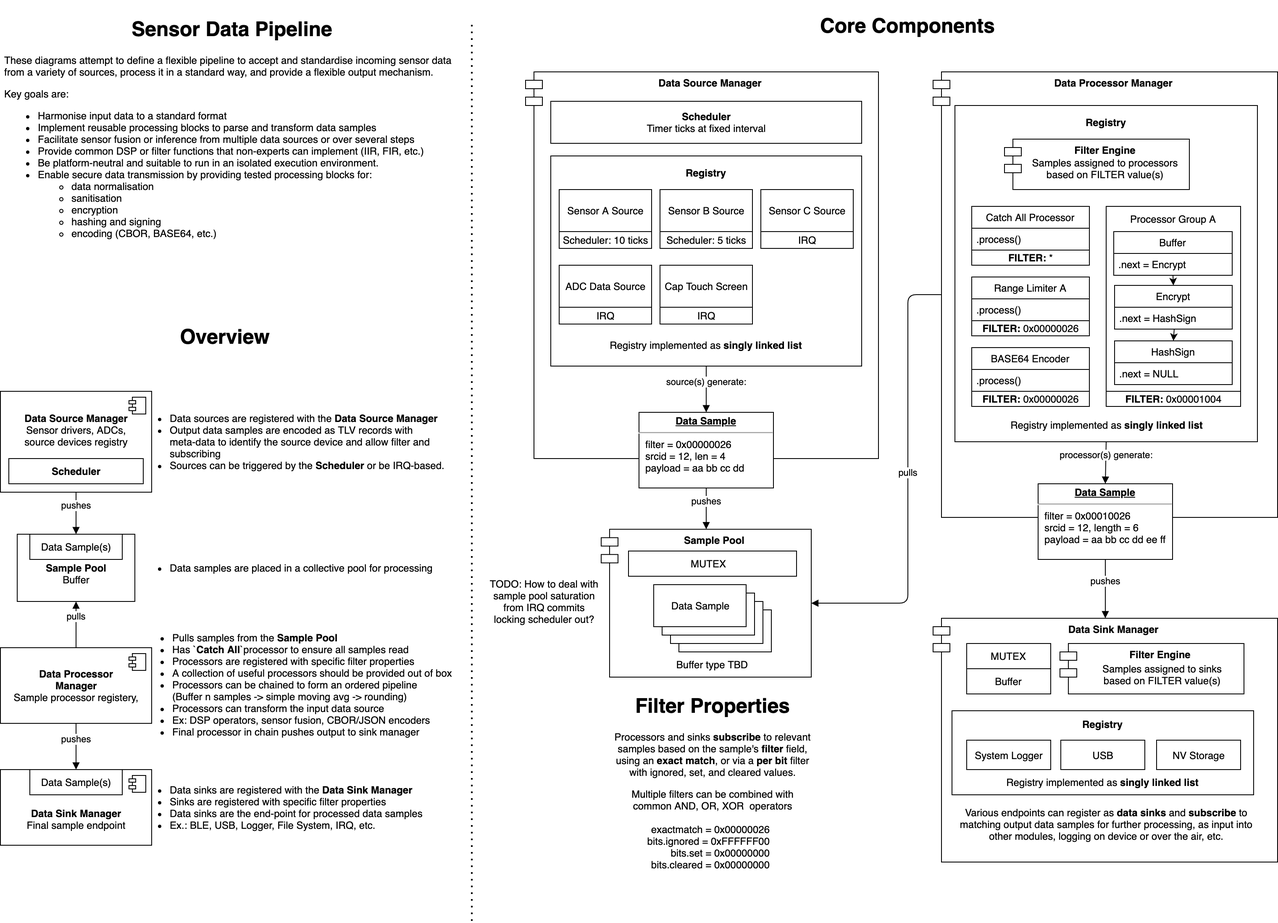
The draw.io diagram doc/SensorDataPipeline.png in Linaro/step, before a commit. Source tidied: cells renumbered, new cells last; positions are measured from the earlier drawing's top-left corner, leaving out a move shared by most shapes.
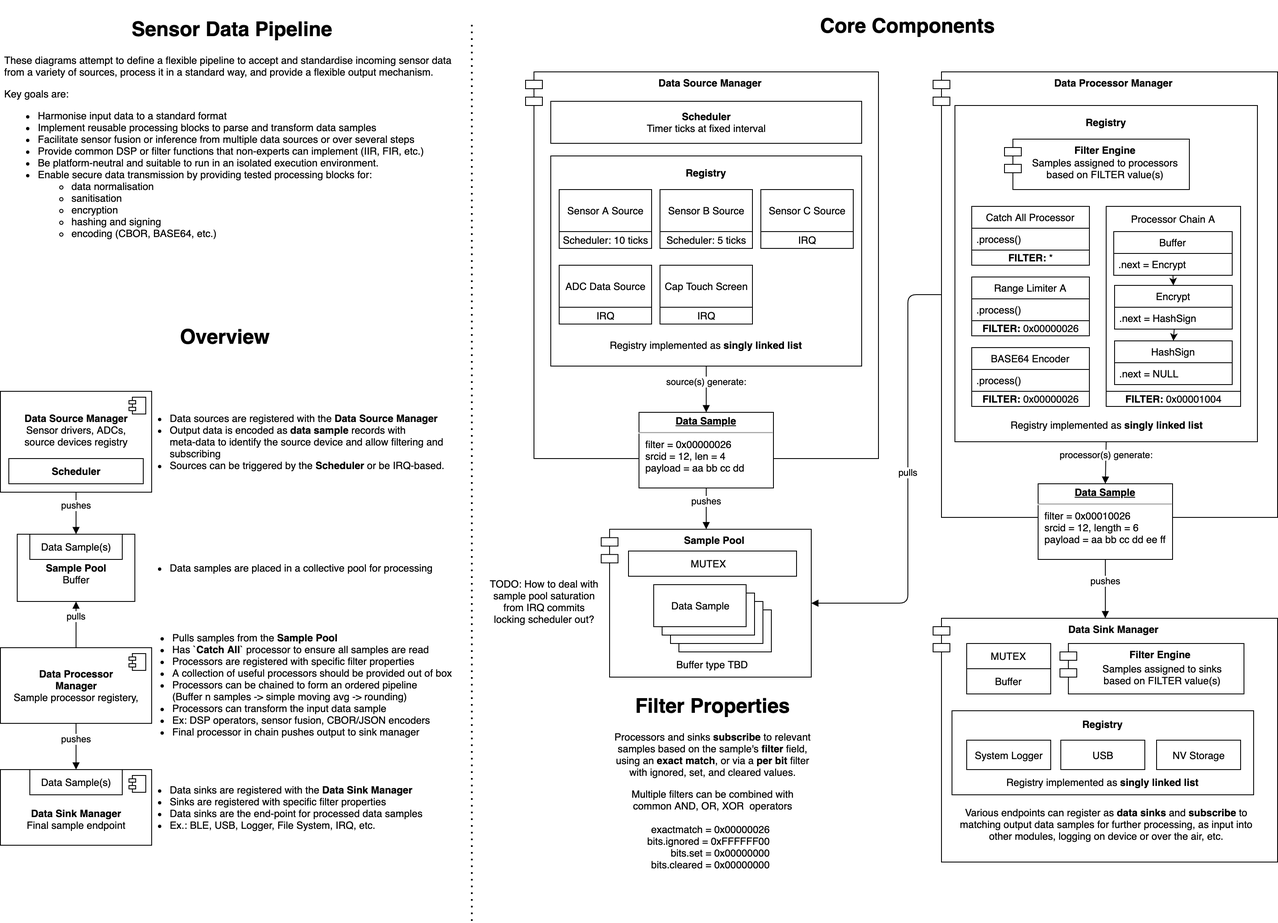
Later version of the same file.

Commit message:
datasample: Reorganised data format field

The edit, as a diff of the source:
```diff
@@ -47,10 +47,10 @@
     <mxCell id="14" value="pushes" style="html=1;verticalAlign=bottom;endArrow=block;exitX=0.5;exitY=1;exitDx=0;exitDy=0;entryX=0.5;entryY=0;entryDx=0;entryDy=0;" parent="1" edge="1" source="5" target="13">
       <mxGeometry relative="1" as="geometry" />
     </mxCell>
-    <mxCell id="15" value="&lt;ul&gt;&lt;li&gt;Pulls samples from the &lt;b&gt;Sample Pool&lt;/b&gt;&lt;/li&gt;&lt;li&gt;Has `&lt;b&gt;Catch All&lt;/b&gt;`processor to ensure all samples read&lt;br&gt;&lt;b&gt;&lt;/b&gt;&lt;/li&gt;&lt;li&gt;Processors are registered with specific filter properties&lt;/li&gt;&lt;li&gt;A collection of useful processors should be provided out of box&lt;br&gt;&lt;/li&gt;&lt;li&gt;Processors can be chained to form an ordered pipeline&lt;br&gt;(Buffer n samples -&amp;gt; simple moving avg -&amp;gt; rounding)&lt;/li&gt;&lt;li&gt;Processors can transform the input data source&lt;/li&gt;&lt;li&gt;Ex: DSP operators, sensor fusion, CBOR/JSON encoders&lt;/li&gt;&lt;li&gt;Final processor in chain pushes output to sink manager&lt;/li&gt;&lt;/ul&gt;" style="text;html=1;strokeColor=none;fillColor=none;spacing=5;spacingTop=-20;whiteSpace=wrap;overflow=hidden;rounded=0;" parent="1" vertex="1">
+    <mxCell id="15" value="&lt;ul&gt;&lt;li&gt;Pulls samples from the &lt;b&gt;Sample Pool&lt;/b&gt;&lt;/li&gt;&lt;li&gt;Has `&lt;b&gt;Catch All&lt;/b&gt;` processor to ensure all samples are read&lt;br&gt;&lt;b&gt;&lt;/b&gt;&lt;/li&gt;&lt;li&gt;Processors are registered with specific filter properties&lt;/li&gt;&lt;li&gt;A collection of useful processors should be provided out of box&lt;br&gt;&lt;/li&gt;&lt;li&gt;Processors can be chained to form an ordered pipeline&lt;br&gt;(Buffer n samples -&amp;gt; simple moving avg -&amp;gt; rounding)&lt;/li&gt;&lt;li&gt;Processors can transform the input data sample&lt;/li&gt;&lt;li&gt;Ex: DSP operators, sensor fusion, CBOR/JSON encoders&lt;/li&gt;&lt;li&gt;Final processor in chain pushes output to sink manager&lt;/li&gt;&lt;/ul&gt;" style="text;html=1;strokeColor=none;fillColor=none;spacing=5;spacingTop=-20;whiteSpace=wrap;overflow=hidden;rounded=0;" parent="1" vertex="1">
       <mxGeometry x="160" y="735" width="390" height="135" as="geometry" />
     </mxCell>
-    <mxCell id="16" value="&lt;div align=&quot;left&quot;&gt;&lt;ul&gt;&lt;li&gt;Data sources are registered with the &lt;b&gt;Data Source Manager&lt;/b&gt;&lt;/li&gt;&lt;li&gt;Output data samples are encoded as TLV records with&lt;br&gt;meta-data to identify the source device and allow filter and subscribing&lt;/li&gt;&lt;li&gt;Sources can be triggered by the &lt;b&gt;Scheduler&lt;/b&gt; or be IRQ-based.&lt;br&gt;&lt;/li&gt;&lt;/ul&gt;&lt;/div&gt;" style="text;html=1;strokeColor=none;fillColor=none;align=left;verticalAlign=middle;whiteSpace=wrap;rounded=0;" parent="1" vertex="1">
+    <mxCell id="16" value="&lt;div align=&quot;left&quot;&gt;&lt;ul&gt;&lt;li&gt;Data sources are registered with the &lt;b&gt;Data Source Manager&lt;/b&gt;&lt;/li&gt;&lt;li&gt;Output data is encoded as &lt;b&gt;data sample&lt;/b&gt; records with&lt;br&gt;meta-data to identify the source device and allow filtering and subscribing&lt;/li&gt;&lt;li&gt;Sources can be triggered by the &lt;b&gt;Scheduler&lt;/b&gt; or be IRQ-based.&lt;br&gt;&lt;/li&gt;&lt;/ul&gt;&lt;/div&gt;" style="text;html=1;strokeColor=none;fillColor=none;align=left;verticalAlign=middle;whiteSpace=wrap;rounded=0;" parent="1" vertex="1">
       <mxGeometry x="160" y="450" width="400" height="120" as="geometry" />
     </mxCell>
     <mxCell id="17" value="&lt;div align=&quot;left&quot;&gt;&lt;ul&gt;&lt;li&gt;Data samples are placed in a collective pool for processing&lt;br&gt;&lt;/li&gt;&lt;/ul&gt;&lt;/div&gt;" style="text;html=1;strokeColor=none;fillColor=none;align=left;verticalAlign=middle;whiteSpace=wrap;rounded=0;" parent="1" vertex="1">
@@ -199,7 +199,7 @@
     <mxCell id="62" style="rounded=0;whiteSpace=wrap;html=1;align=center;" parent="1" vertex="1">
       <mxGeometry x="1316" y="230" width="160" height="220" as="geometry" />
     </mxCell>
-    <mxCell id="63" value="Processor Group A" style="text;html=1;strokeColor=none;fillColor=none;align=center;verticalAlign=middle;whiteSpace=wrap;rounded=0;" parent="1" vertex="1">
+    <mxCell id="63" value="Processor Chain A" style="text;html=1;strokeColor=none;fillColor=none;align=center;verticalAlign=middle;whiteSpace=wrap;rounded=0;" parent="1" vertex="1">
       <mxGeometry x="1316" y="235" width="160" height="20" as="geometry" />
     </mxCell>
     <mxCell id="64" value="Buffer" style="swimlane;fontStyle=0;horizontal=1;startSize=26;fillColor=none;align=center;" parent="1" vertex="1">
```
